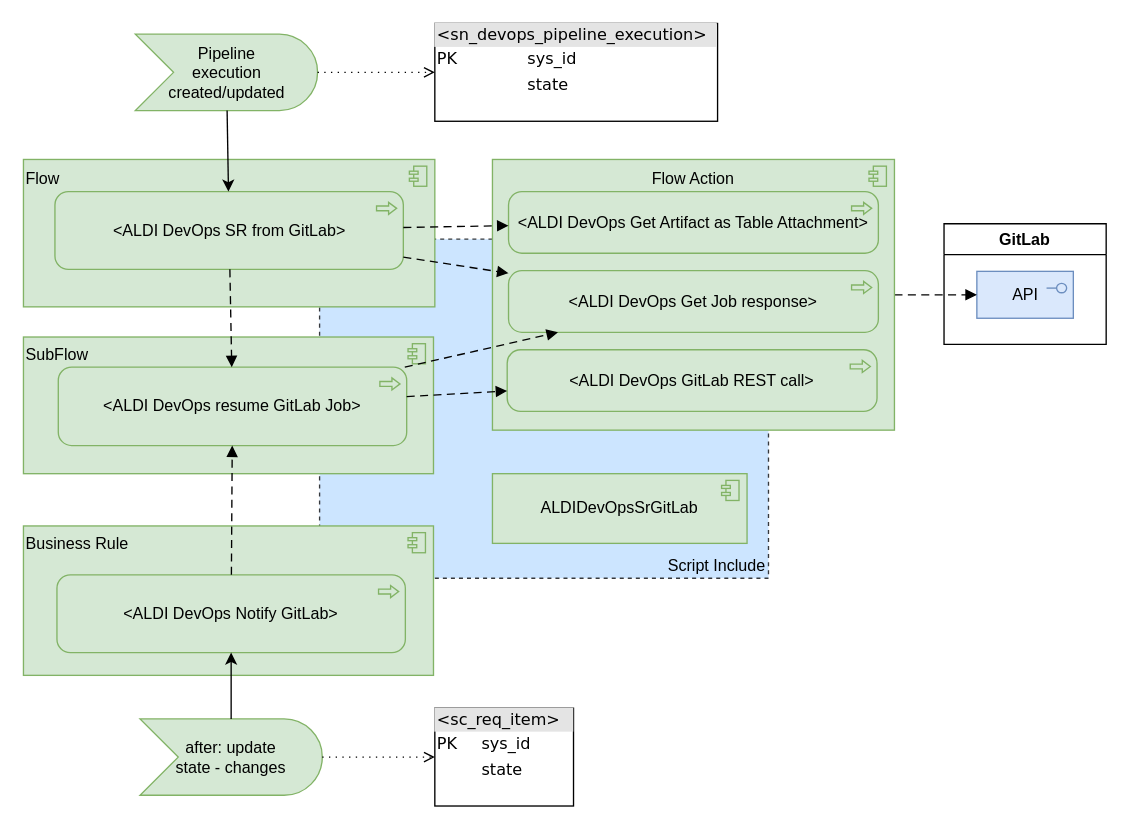
Above: page "concept" (1 of 5) of GitLab2SN.drawio in algimas/tmp (draw.io), before the change. Source tidied: cells renumbered, new cells numbered last; positions are measured from the earlier drawing's top-left corner, leaving out a move shared by most shapes. Both pictures are drawn from the tidied source at 134%, with x=0, y=0 at pixel (23, 23).
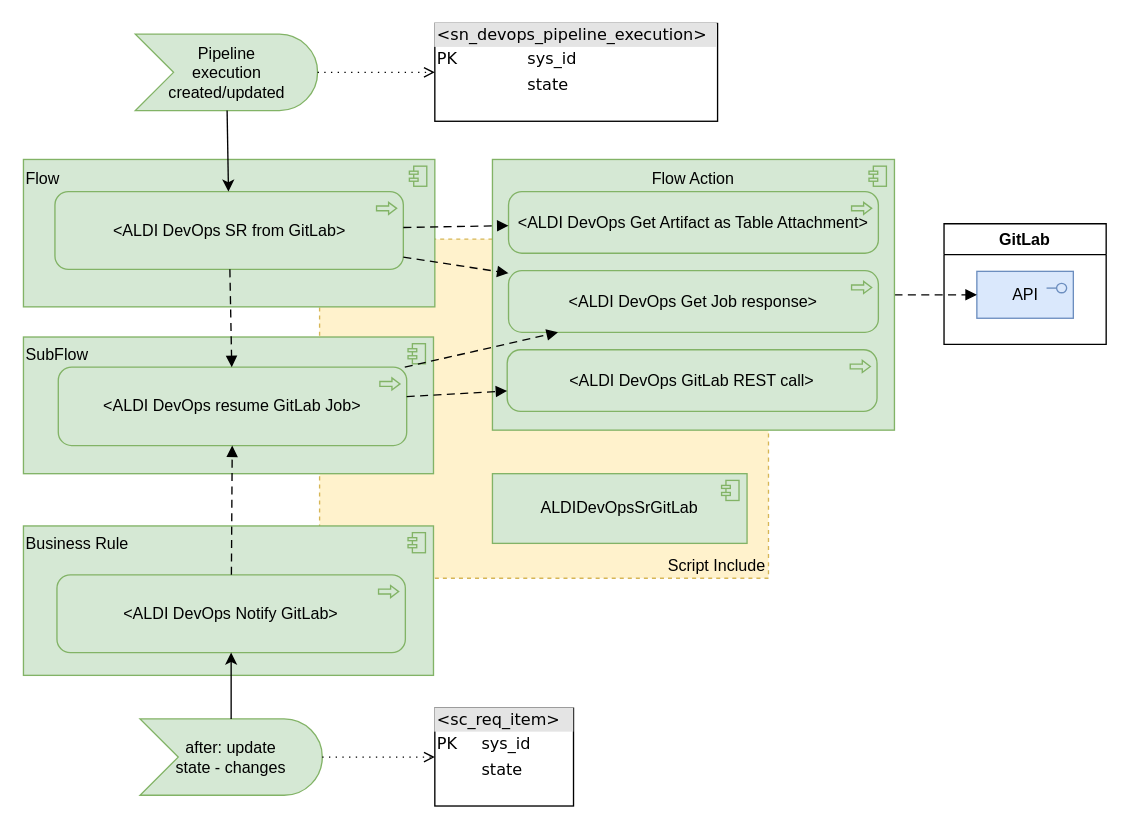
After the change.

What changed in the source:
```diff
@@
-    <mxCell id="2" value="Script Include" style="html=1;whiteSpace=wrap;fillColor=#cce5ff;shape=mxgraph.archimate3.application;appType=comp;archiType=square;strokeColor=#36393d;verticalAlign=bottom;align=right;gradientColor=none;dashed=1;" parent="1" vertex="1">
+    <mxCell id="2" value="Script Include" style="html=1;whiteSpace=wrap;fillColor=#fff2cc;shape=mxgraph.archimate3.application;appType=comp;archiType=square;strokeColor=#d6b656;verticalAlign=bottom;align=right;dashed=1;" parent="1" vertex="1">
       <mxGeometry x="221" y="161" width="335" height="253" as="geometry" />
     </mxCell>
```
